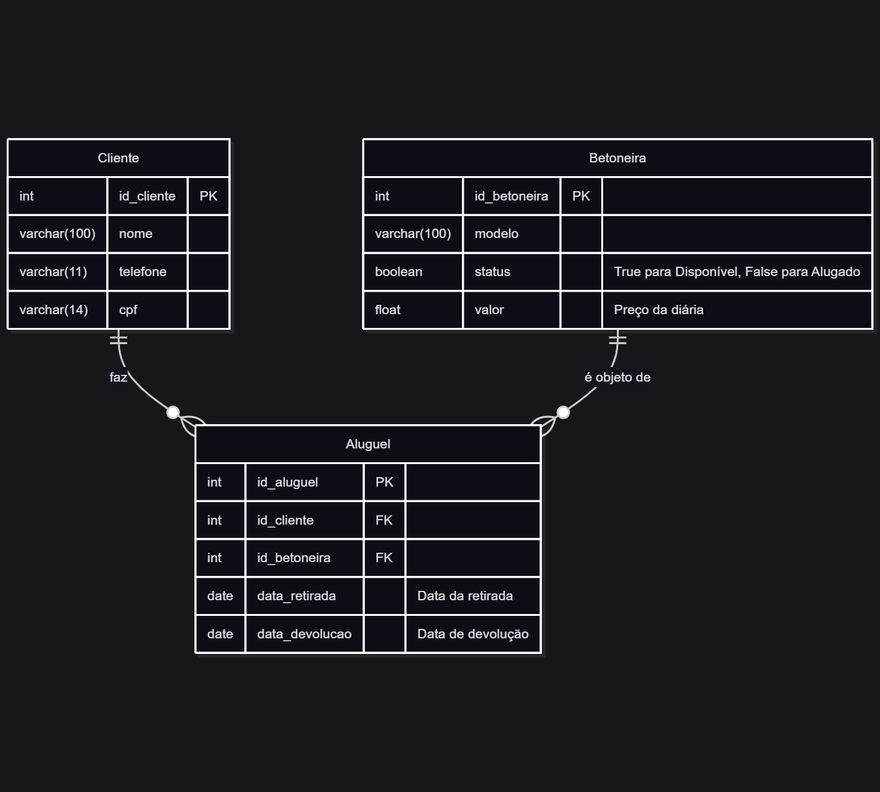
Earlier version of the Mermaid export diagrams/Diagrama.png (VVagner2077/trabalho_BD). Its source is kept beside it as diagrams/diagrama.mmd.
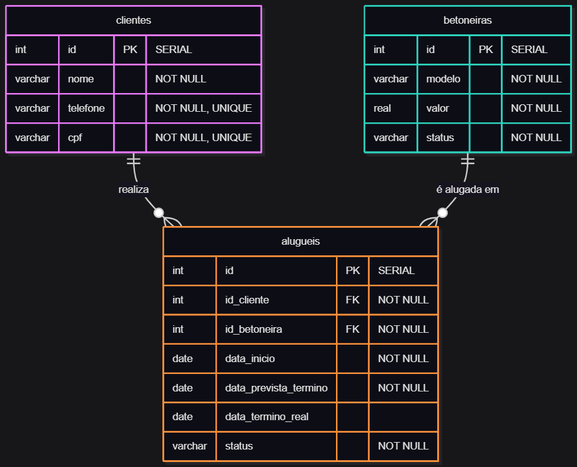
Above is the later version.

Commit message:
Modificado os codigos da pesquisar, Banco de dados, Diagrama(mermaid)

Diff of the diagram source:
```diff
@@ -1,25 +1,28 @@
 erDiagram
-    Cliente {
-        int id_cliente PK "Not Null"
-        varchar(100) nome "Not Null"
-        varchar(11) telefone "Not Null"
-        varchar(14) cpf "Not Null"
-    }
 
-    Betoneira {
-        int id_betoneira PK "Not Null"
-        varchar(100) modelo  "Not Null"
-        boolean statuss   "Not Null"
-        real valor   "Not Null"
-    }
+clientes {
+    int id PK "SERIAL"
+    varchar nome "NOT NULL"
+    varchar telefone "NOT NULL, UNIQUE"
+    varchar cpf "NOT NULL, UNIQUE"
+}
 
-    Aluguel{
-        int id_aluguel PK "Not Null"
-        int id_cliente FK "Not Null"
-        int id_betoneira FK "Not Null"
-        date data_inicio "Not Null"
-        date data_fim "Not Null"
-    }
+betoneiras {
+    int id PK "SERIAL"
+    varchar modelo "NOT NULL"
+    real valor "NOT NULL"
+    varchar status "NOT NULL"
+}
 
-    Cliente ||--o{ Aluguel : "faz"
-    Betoneira ||--o{ Aluguel : "é objeto de"
+alugueis {
+    int id PK "SERIAL"
+    int id_cliente FK "NOT NULL"
+    int id_betoneira FK "NOT NULL"
+    date data_inicio "NOT NULL"
+    date data_prevista_termino "NOT NULL"
+    date data_termino_real
+    varchar status "NOT NULL"
+}
+
+clientes ||--o{ alugueis : "realiza"
+betoneiras ||--o{ alugueis : "é alugada em"
```
